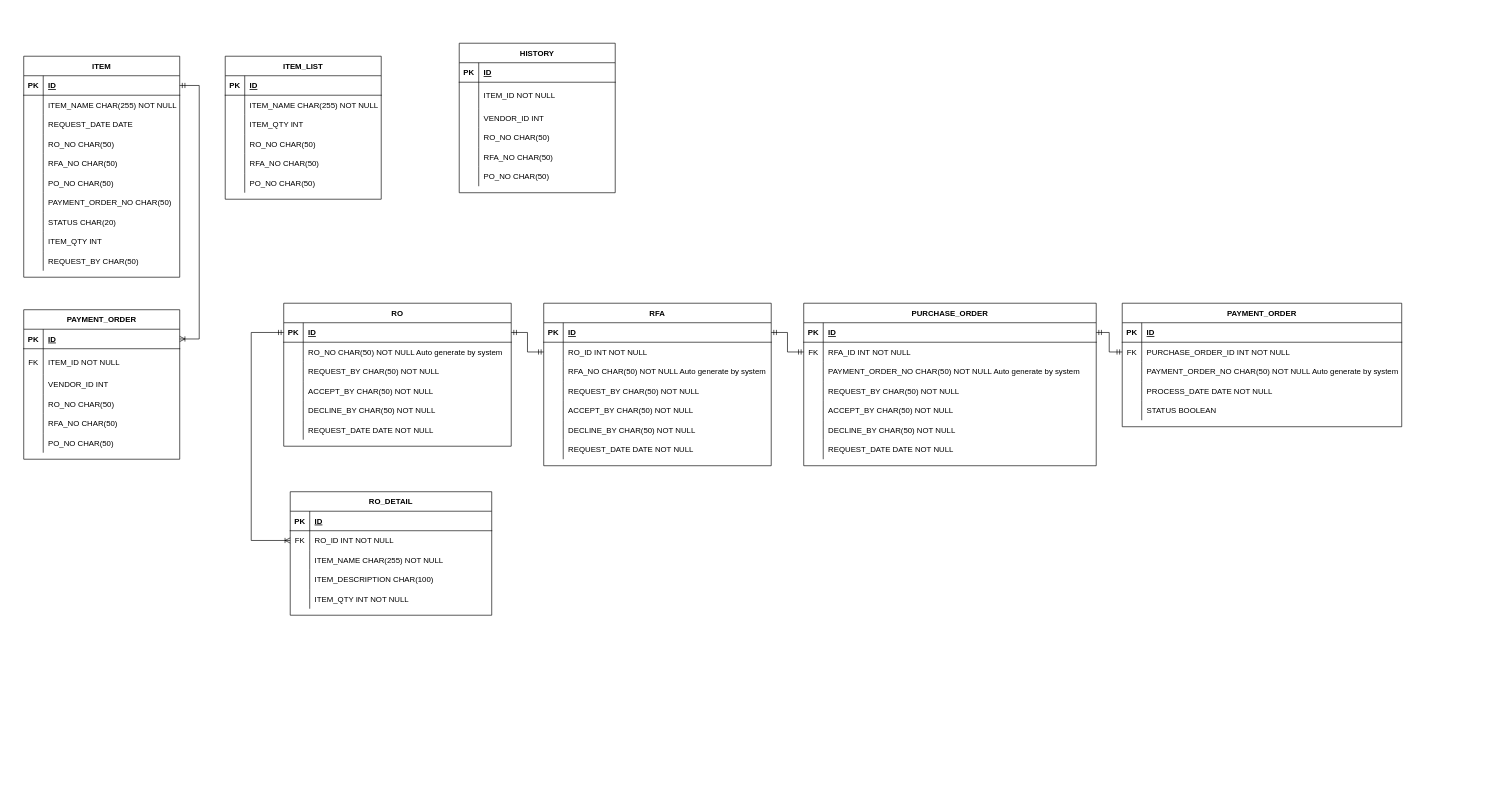
The draw.io diagram Glovis-DB-Design.drawio in johanjah/rfa-db-design, before the edit. Source tidied: cells renumbered, new cells numbered last; positions are measured from the earlier drawing's top-left corner, leaving out a move shared by most shapes. Both pictures are drawn from the tidied source at 65%, with x=0, y=0 at pixel (23, 43).
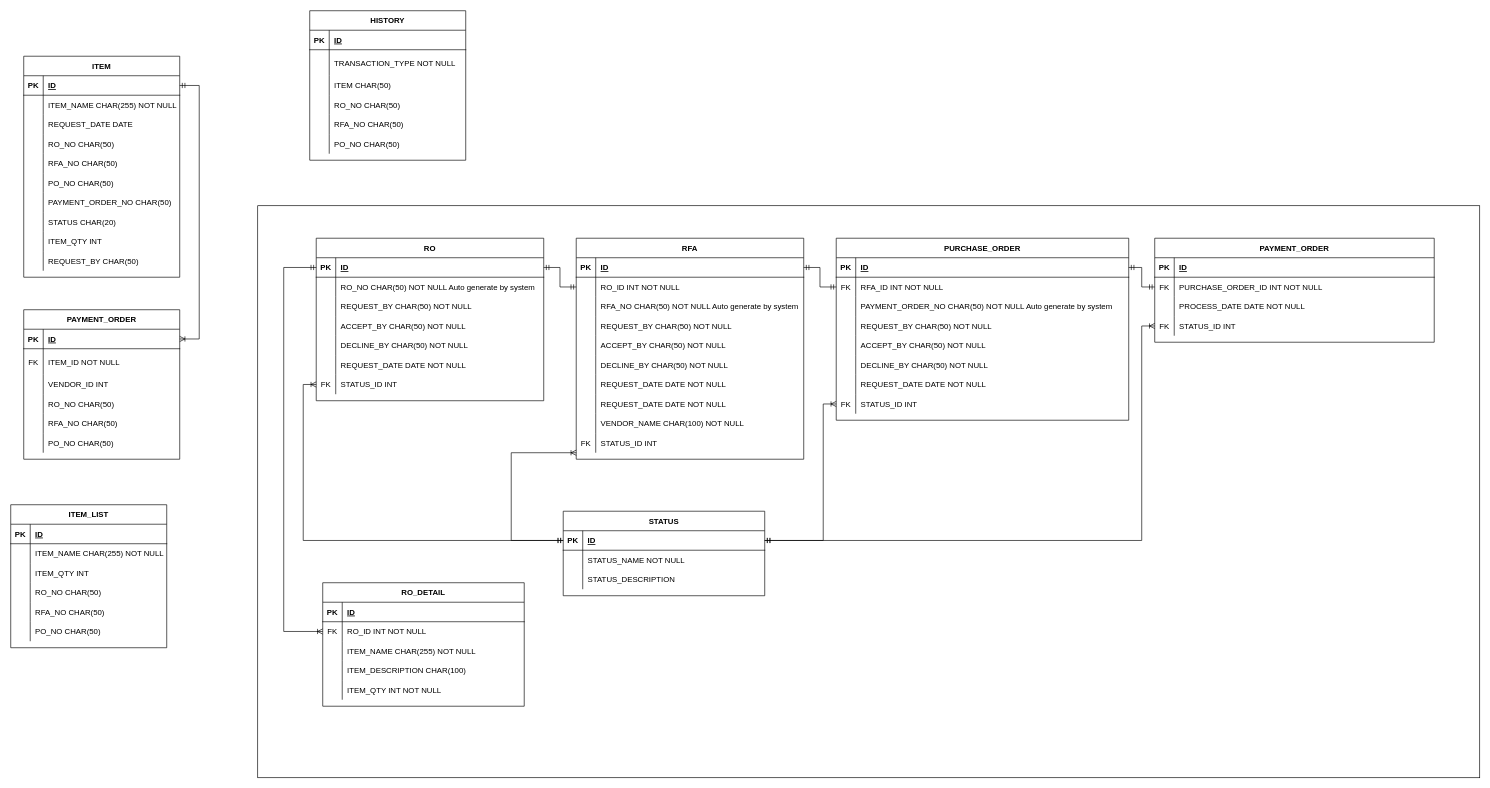
The same diagram, later.

The change refers to these unchanged cells:
```xml
<mxCell id="75" style="shape=tableRow;horizontal=0;startSize=0;swimlaneHead=0;swimlaneBody=0;fillColor=none;top=0;left=0;right=0;bottom=0;" parent="71" vertex="1">
  <mxGeometry y="60" width="240" height="40" as="geometry" />
</mxCell>
<mxCell id="78" style="shape=tableRow;horizontal=0;startSize=0;swimlaneHead=0;swimlaneBody=0;fillColor=none;top=0;left=0;right=0;bottom=0;" parent="71" vertex="1">
  <mxGeometry y="100" width="240" height="30" as="geometry" />
</mxCell>
<mxCell id="92" style="shape=tableRow;horizontal=0;startSize=0;swimlaneHead=0;swimlaneBody=0;fillColor=none;points=[[0,0.5],[1,0.5]];portConstraint=eastwest;top=0;left=0;right=0;bottom=1;" parent="91" vertex="1">
  <mxGeometry y="30" width="350" height="30" as="geometry" />
</mxCell>
<mxCell id="114" style="shape=tableRow;horizontal=0;startSize=0;swimlaneHead=0;swimlaneBody=0;fillColor=none;points=[[0,0.5],[1,0.5]];portConstraint=eastwest;top=0;left=0;right=0;bottom=0;" parent="110" vertex="1">
  <mxGeometry y="60" width="310" height="30" as="geometry" />
</mxCell>
```

The edit, as a diff of the source:
```diff
@@
+    <mxCell id="190" style="rounded=0;whiteSpace=wrap;html=1;" parent="1" vertex="1">
+      <mxGeometry x="360" y="250" width="1880" height="880" as="geometry" />
+    </mxCell>
@@
     <mxCell id="33" value="ITEM_LIST" style="shape=table;startSize=30;childLayout=tableLayout;rowLines=0;fontStyle=1;align=center;" parent="1" vertex="1">
-      <mxGeometry x="310" y="20" width="240" height="220" as="geometry" />
+      <mxGeometry x="-20" y="710" width="240" height="220" as="geometry" />
     </mxCell>
@@
     <mxCell id="71" value="HISTORY" style="shape=table;startSize=30;childLayout=tableLayout;rowLines=0;fontStyle=1;align=center;" parent="1" vertex="1">
-      <mxGeometry x="670" width="240" height="230" as="geometry" />
+      <mxGeometry x="440" y="-50" width="240" height="230" as="geometry" />
     </mxCell>
@@
-    <mxCell id="77" value="ITEM_ID NOT NULL" style="shape=partialRectangle;fillColor=none;top=0;left=0;bottom=0;right=0;align=left;spacingLeft=6;overflow=hidden;" parent="75" vertex="1">
+    <mxCell id="77" value="TRANSACTION_TYPE NOT NULL" style="shape=partialRectangle;fillColor=none;top=0;left=0;bottom=0;right=0;align=left;spacingLeft=6;overflow=hidden;" parent="75" vertex="1">
       <mxGeometry x="30" width="210" height="40" as="geometry" />
     </mxCell>
@@
-    <mxCell id="80" value="VENDOR_ID INT" style="shape=partialRectangle;fillColor=none;top=0;left=0;bottom=0;right=0;align=left;spacingLeft=6;overflow=hidden;" parent="78" vertex="1">
+    <mxCell id="80" value="ITEM CHAR(50) " style="shape=partialRectangle;fillColor=none;top=0;left=0;bottom=0;right=0;align=left;spacingLeft=6;overflow=hidden;" parent="78" vertex="1">
       <mxGeometry x="30" width="210" height="30" as="geometry" />
     </mxCell>
@@
     <mxCell id="91" value="RO" style="shape=table;startSize=30;childLayout=tableLayout;rowLines=0;fontStyle=1;align=center;" parent="1" vertex="1">
-      <mxGeometry x="400" y="400" width="350" height="220" as="geometry" />
+      <mxGeometry x="450" y="300" width="350" height="250" as="geometry" />
     </mxCell>
@@
+    <mxCell id="191" style="shape=tableRow;horizontal=0;startSize=0;swimlaneHead=0;swimlaneBody=0;fillColor=none;points=[[0,0.5],[1,0.5]];portConstraint=eastwest;top=0;left=0;right=0;bottom=0;" parent="91" vertex="1">
+      <mxGeometry y="210" width="350" height="30" as="geometry" />
+    </mxCell>
+    <mxCell id="192" value="FK" style="shape=partialRectangle;fillColor=none;top=0;left=0;bottom=0;right=0;overflow=hidden;" parent="191" vertex="1">
+      <mxGeometry width="30" height="30" as="geometry" />
+    </mxCell>
+    <mxCell id="193" value="STATUS_ID INT" style="shape=partialRectangle;fillColor=none;top=0;left=0;bottom=0;right=0;align=left;spacingLeft=6;overflow=hidden;" parent="191" vertex="1">
+      <mxGeometry x="30" width="320" height="30" as="geometry" />
+    </mxCell>
     <mxCell id="110" value="RO_DETAIL" style="shape=table;startSize=30;childLayout=tableLayout;rowLines=0;fontStyle=1;align=center;" parent="1" vertex="1">
-      <mxGeometry x="410" y="690" width="310" height="190" as="geometry" />
+      <mxGeometry x="460" y="830" width="310" height="190" as="geometry" />
     </mxCell>
@@
     <mxCell id="126" style="edgeStyle=elbowEdgeStyle;fontSize=12;html=1;endArrow=ERoneToMany;startArrow=ERmandOne;rounded=0;" parent="1" edge="1" source="92" target="114">
       <mxGeometry relative="1" as="geometry">
         <Array as="points">
-          <mxPoint x="350" y="610" />
+          <mxPoint x="400" y="510" />
         </Array>
       </mxGeometry>
     </mxCell>
@@
     <mxCell id="128" value="PURCHASE_ORDER" style="shape=table;startSize=30;childLayout=tableLayout;rowLines=0;fontStyle=1;align=center;" parent="1" vertex="1">
-      <mxGeometry x="1200" y="400" width="450" height="250" as="geometry" />
+      <mxGeometry x="1250" y="300" width="450" height="280" as="geometry" />
     </mxCell>
@@
+    <mxCell id="194" style="shape=tableRow;horizontal=0;startSize=0;swimlaneHead=0;swimlaneBody=0;fillColor=none;points=[[0,0.5],[1,0.5]];portConstraint=eastwest;top=0;left=0;right=0;bottom=0;" parent="128" vertex="1">
+      <mxGeometry y="240" width="450" height="30" as="geometry" />
+    </mxCell>
+    <mxCell id="195" value="FK" style="shape=partialRectangle;fillColor=none;top=0;left=0;bottom=0;right=0;overflow=hidden;" parent="194" vertex="1">
+      <mxGeometry width="30" height="30" as="geometry" />
+    </mxCell>
+    <mxCell id="196" value="STATUS_ID INT" style="shape=partialRectangle;fillColor=none;top=0;left=0;bottom=0;right=0;align=left;spacingLeft=6;overflow=hidden;" parent="194" vertex="1">
+      <mxGeometry x="30" width="420" height="30" as="geometry" />
+    </mxCell>
@@
     <mxCell id="151" value="PAYMENT_ORDER" style="shape=table;startSize=30;childLayout=tableLayout;rowLines=0;fontStyle=1;align=center;" parent="1" vertex="1">
-      <mxGeometry x="1690" y="400" width="430" height="190" as="geometry" />
+      <mxGeometry x="1740" y="300" width="430" height="160" as="geometry" />
     </mxCell>
@@
-    <mxCell id="158" style="shape=tableRow;horizontal=0;startSize=0;swimlaneHead=0;swimlaneBody=0;fillColor=none;top=0;left=0;right=0;bottom=0;" parent="151" vertex="1">
-      <mxGeometry y="90" width="430" height="30" as="geometry" />
-    </mxCell>
-    <mxCell id="159" style="shape=partialRectangle;fillColor=none;top=0;left=0;bottom=0;right=0;overflow=hidden;" parent="158" vertex="1">
-      <mxGeometry width="30" height="30" as="geometry" />
-    </mxCell>
-    <mxCell id="160" value="PAYMENT_ORDER_NO CHAR(50) NOT NULL Auto generate by system" style="shape=partialRectangle;fillColor=none;top=0;left=0;bottom=0;right=0;align=left;spacingLeft=6;overflow=hidden;" parent="158" vertex="1">
-      <mxGeometry x="30" width="400" height="30" as="geometry" />
-    </mxCell>
     <mxCell id="161" style="shape=tableRow;horizontal=0;startSize=0;swimlaneHead=0;swimlaneBody=0;fillColor=none;top=0;left=0;right=0;bottom=0;" parent="151" vertex="1">
-      <mxGeometry y="120" width="430" height="30" as="geometry" />
+      <mxGeometry y="90" width="430" height="30" as="geometry" />
     </mxCell>
@@
     <mxCell id="164" style="shape=tableRow;horizontal=0;startSize=0;swimlaneHead=0;swimlaneBody=0;fillColor=none;points=[[0,0.5],[1,0.5]];portConstraint=eastwest;top=0;left=0;right=0;bottom=0;" parent="151" vertex="1">
-      <mxGeometry y="150" width="430" height="30" as="geometry" />
+      <mxGeometry y="120" width="430" height="30" as="geometry" />
     </mxCell>
-    <mxCell id="165" style="shape=partialRectangle;fillColor=none;top=0;left=0;bottom=0;right=0;overflow=hidden;" parent="164" vertex="1">
+    <mxCell id="165" value="FK" style="shape=partialRectangle;fillColor=none;top=0;left=0;bottom=0;right=0;overflow=hidden;" parent="164" vertex="1">
       <mxGeometry width="30" height="30" as="geometry" />
     </mxCell>
-    <mxCell id="166" value="STATUS BOOLEAN" style="shape=partialRectangle;fillColor=none;top=0;left=0;bottom=0;right=0;align=left;spacingLeft=6;overflow=hidden;" parent="164" vertex="1">
+    <mxCell id="166" value="STATUS_ID INT" style="shape=partialRectangle;fillColor=none;top=0;left=0;bottom=0;right=0;align=left;spacingLeft=6;overflow=hidden;" parent="164" vertex="1">
       <mxGeometry x="30" width="400" height="30" as="geometry" />
     </mxCell>
@@
     <mxCell id="168" value="RFA" style="shape=table;startSize=30;childLayout=tableLayout;rowLines=0;fontStyle=1;align=center;" parent="1" vertex="1">
-      <mxGeometry x="800" y="400" width="350" height="250" as="geometry" />
+      <mxGeometry x="850" y="300" width="350" height="340" as="geometry" />
     </mxCell>
@@
+    <mxCell id="197" style="shape=tableRow;horizontal=0;startSize=0;swimlaneHead=0;swimlaneBody=0;fillColor=none;top=0;left=0;right=0;bottom=0;" parent="168" vertex="1">
+      <mxGeometry y="240" width="350" height="30" as="geometry" />
+    </mxCell>
+    <mxCell id="198" style="shape=partialRectangle;fillColor=none;top=0;left=0;bottom=0;right=0;overflow=hidden;" parent="197" vertex="1">
+      <mxGeometry width="30" height="30" as="geometry" />
+    </mxCell>
+    <mxCell id="199" value="REQUEST_DATE DATE NOT NULL" style="shape=partialRectangle;fillColor=none;top=0;left=0;bottom=0;right=0;align=left;spacingLeft=6;overflow=hidden;" parent="197" vertex="1">
+      <mxGeometry x="30" width="320" height="30" as="geometry" />
+    </mxCell>
+    <mxCell id="200" style="shape=tableRow;horizontal=0;startSize=0;swimlaneHead=0;swimlaneBody=0;fillColor=none;top=0;left=0;right=0;bottom=0;" parent="168" vertex="1">
+      <mxGeometry y="270" width="350" height="30" as="geometry" />
+    </mxCell>
+    <mxCell id="201" style="shape=partialRectangle;fillColor=none;top=0;left=0;bottom=0;right=0;overflow=hidden;" parent="200" vertex="1">
+      <mxGeometry width="30" height="30" as="geometry" />
+    </mxCell>
+    <mxCell id="202" value="VENDOR_NAME CHAR(100) NOT NULL" style="shape=partialRectangle;fillColor=none;top=0;left=0;bottom=0;right=0;align=left;spacingLeft=6;overflow=hidden;" parent="200" vertex="1">
+      <mxGeometry x="30" width="320" height="30" as="geometry" />
+    </mxCell>
+    <mxCell id="203" style="shape=tableRow;horizontal=0;startSize=0;swimlaneHead=0;swimlaneBody=0;fillColor=none;points=[[0,0.5],[1,0.5]];portConstraint=eastwest;top=0;left=0;right=0;bottom=0;" parent="168" vertex="1">
+      <mxGeometry y="300" width="350" height="30" as="geometry" />
+    </mxCell>
+    <mxCell id="204" value="FK" style="shape=partialRectangle;fillColor=none;top=0;left=0;bottom=0;right=0;overflow=hidden;" parent="203" vertex="1">
+      <mxGeometry width="30" height="30" as="geometry" />
+    </mxCell>
+    <mxCell id="205" value="STATUS_ID INT" style="shape=partialRectangle;fillColor=none;top=0;left=0;bottom=0;right=0;align=left;spacingLeft=6;overflow=hidden;" parent="203" vertex="1">
+      <mxGeometry x="30" width="320" height="30" as="geometry" />
+    </mxCell>
+    <mxCell id="206" value="STATUS" style="shape=table;startSize=30;childLayout=tableLayout;rowLines=0;fontStyle=1;align=center;" parent="1" vertex="1">
+      <mxGeometry x="830" y="720" width="310" height="130" as="geometry" />
+    </mxCell>
+    <mxCell id="207" style="shape=tableRow;horizontal=0;startSize=0;swimlaneHead=0;swimlaneBody=0;fillColor=none;points=[[0,0.5],[1,0.5]];portConstraint=eastwest;top=0;left=0;right=0;bottom=1;" parent="206" vertex="1">
+      <mxGeometry y="30" width="310" height="30" as="geometry" />
+    </mxCell>
+    <mxCell id="208" value="PK" style="shape=partialRectangle;fillColor=none;top=0;left=0;bottom=0;right=0;fontStyle=1;overflow=hidden;" parent="207" vertex="1">
+      <mxGeometry width="30" height="30" as="geometry" />
+    </mxCell>
+    <mxCell id="209" value="ID" style="shape=partialRectangle;fillColor=none;top=0;left=0;bottom=0;right=0;align=left;spacingLeft=6;fontStyle=5;overflow=hidden;" parent="207" vertex="1">
+      <mxGeometry x="30" width="280" height="30" as="geometry" />
+    </mxCell>
+    <mxCell id="210" style="shape=tableRow;horizontal=0;startSize=0;swimlaneHead=0;swimlaneBody=0;fillColor=none;top=0;left=0;right=0;bottom=0;" parent="206" vertex="1">
+      <mxGeometry y="60" width="310" height="30" as="geometry" />
+    </mxCell>
+    <mxCell id="211" style="shape=partialRectangle;fillColor=none;top=0;left=0;bottom=0;right=0;overflow=hidden;" parent="210" vertex="1">
+      <mxGeometry width="30" height="30" as="geometry" />
+    </mxCell>
+    <mxCell id="212" value="STATUS_NAME NOT NULL" style="shape=partialRectangle;fillColor=none;top=0;left=0;bottom=0;right=0;align=left;spacingLeft=6;overflow=hidden;" parent="210" vertex="1">
+      <mxGeometry x="30" width="280" height="30" as="geometry" />
+    </mxCell>
+    <mxCell id="213" style="shape=tableRow;horizontal=0;startSize=0;swimlaneHead=0;swimlaneBody=0;fillColor=none;top=0;left=0;right=0;bottom=0;" parent="206" vertex="1">
+      <mxGeometry y="90" width="310" height="30" as="geometry" />
+    </mxCell>
+    <mxCell id="214" style="shape=partialRectangle;fillColor=none;top=0;left=0;bottom=0;right=0;overflow=hidden;" parent="213" vertex="1">
+      <mxGeometry width="30" height="30" as="geometry" />
+    </mxCell>
+    <mxCell id="215" value="STATUS_DESCRIPTION" style="shape=partialRectangle;fillColor=none;top=0;left=0;bottom=0;right=0;align=left;spacingLeft=6;overflow=hidden;" parent="213" vertex="1">
+      <mxGeometry x="30" width="280" height="30" as="geometry" />
+    </mxCell>
+    <mxCell id="216" style="edgeStyle=elbowEdgeStyle;fontSize=12;html=1;endArrow=ERoneToMany;startArrow=ERmandOne;rounded=0;" parent="1" edge="1" source="207" target="191">
+      <mxGeometry relative="1" as="geometry">
+        <Array as="points">
+          <mxPoint x="430" y="610" />
+          <mxPoint x="410" y="520" />
+        </Array>
+      </mxGeometry>
+    </mxCell>
+    <mxCell id="217" style="edgeStyle=elbowEdgeStyle;fontSize=12;html=1;endArrow=ERoneToMany;startArrow=ERmandOne;rounded=0;" parent="1" edge="1" source="207" target="203">
+      <mxGeometry relative="1" as="geometry">
+        <Array as="points">
+          <mxPoint x="750" y="630" />
+          <mxPoint x="420" y="530" />
+        </Array>
+      </mxGeometry>
+    </mxCell>
+    <mxCell id="218" style="edgeStyle=elbowEdgeStyle;fontSize=12;html=1;endArrow=ERoneToMany;startArrow=ERmandOne;rounded=0;entryX=0;entryY=0.5;entryDx=0;entryDy=0;" parent="1" edge="1" source="207" target="194">
+      <mxGeometry relative="1" as="geometry">
+        <Array as="points">
+          <mxPoint x="1230" y="630" />
+          <mxPoint x="760" y="640" />
+          <mxPoint x="430" y="540" />
+        </Array>
+      </mxGeometry>
+    </mxCell>
+    <mxCell id="219" style="edgeStyle=elbowEdgeStyle;fontSize=12;html=1;endArrow=ERoneToMany;startArrow=ERmandOne;rounded=0;" parent="1" edge="1" source="207" target="164">
+      <mxGeometry relative="1" as="geometry">
+        <Array as="points">
+          <mxPoint x="1720" y="600" />
+          <mxPoint x="770" y="650" />
+          <mxPoint x="440" y="550" />
+        </Array>
+      </mxGeometry>
+    </mxCell>
```
